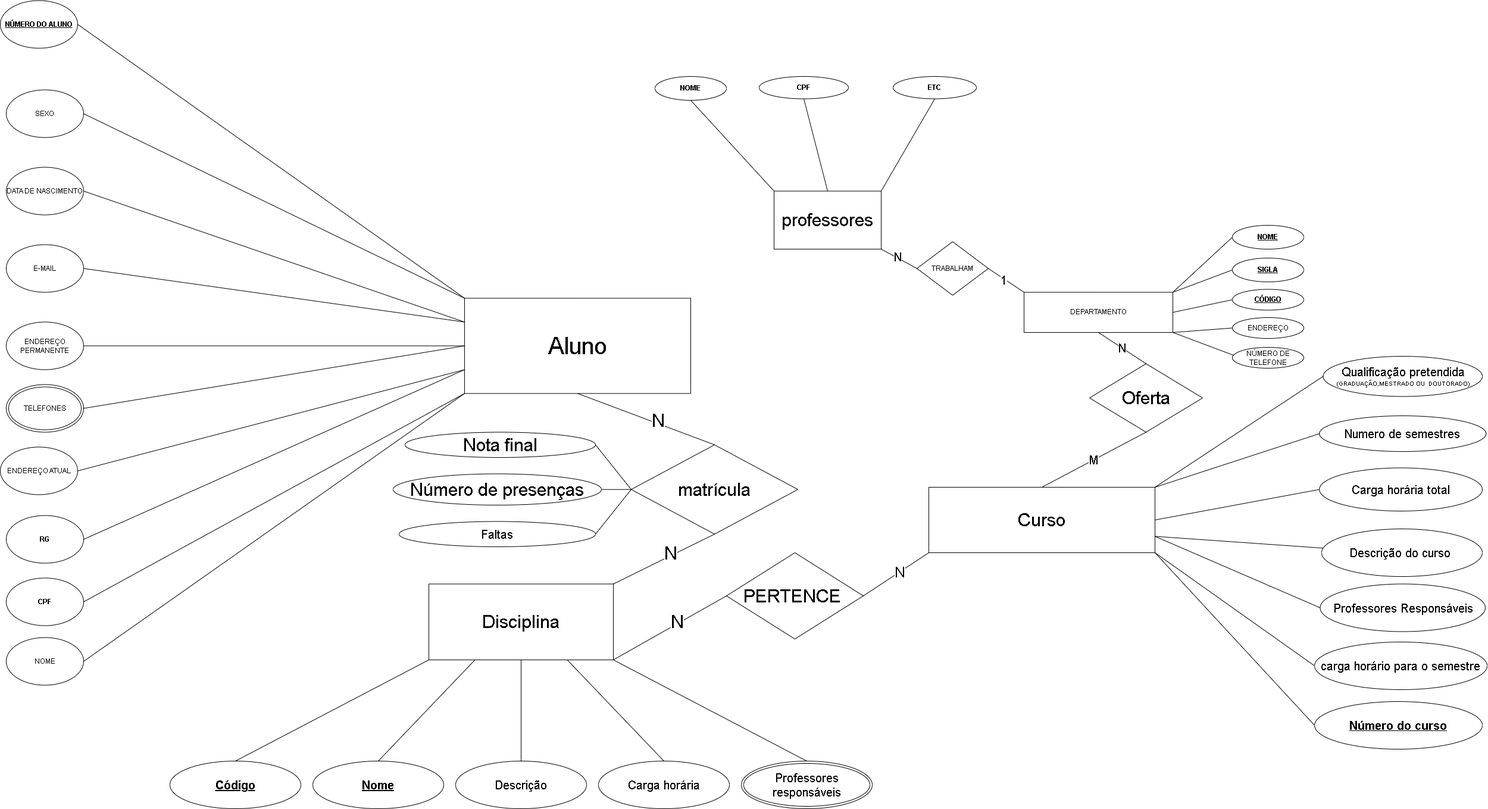
danielfarkat/BDGEO keeps this draw.io diagram as tarefas/diagrama_completo.drawio.png. Above is the earlier version. Source tidied: cells renumbered, new cells last; positions are measured from the earlier drawing's top-left corner, leaving out a move shared by most shapes.
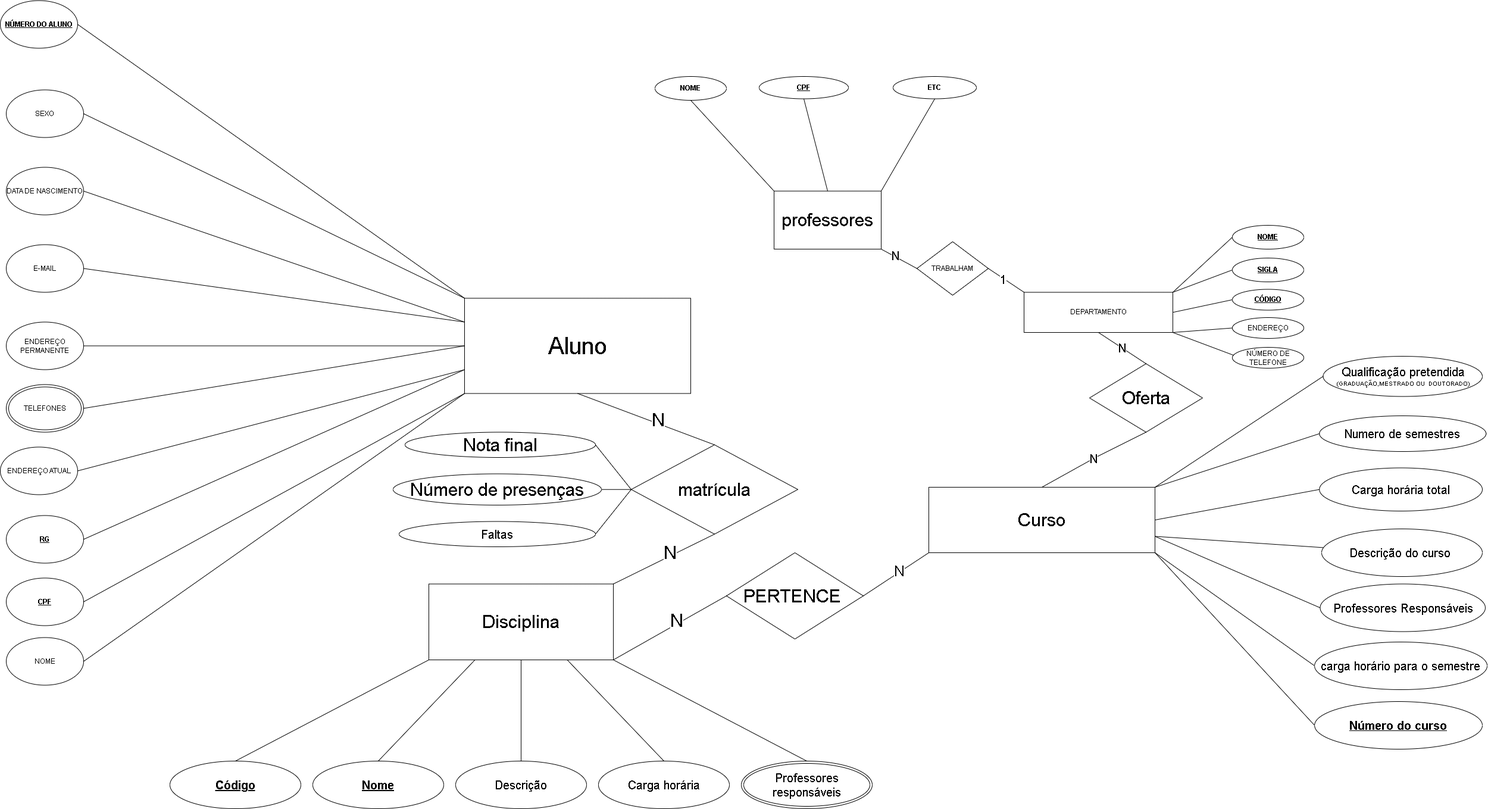
After the commit.

Commit message:
Adição da questão 2

Diff of the diagram source:
```diff
@@ -16,7 +16,7 @@
         <mxPoint x="-30" y="-12" as="offset" />
       </mxGeometry>
     </mxCell>
-    <mxCell id="6" value="&lt;b&gt;CPF&lt;/b&gt;" style="ellipse;whiteSpace=wrap;html=1;" parent="1" vertex="1">
+    <mxCell id="6" value="&lt;b&gt;&lt;u&gt;CPF&lt;/u&gt;&lt;/b&gt;" style="ellipse;whiteSpace=wrap;html=1;" parent="1" vertex="1">
       <mxGeometry x="1275" y="128" width="150" height="37.5" as="geometry" />
     </mxCell>
     <mxCell id="7" style="endArrow=none;html=1;exitX=0.5;exitY=0;exitDx=0;exitDy=0;entryX=0.5;entryY=1;entryDx=0;entryDy=0;" parent="1" edge="1" source="3" target="6">
@@ -78,7 +78,7 @@
     <mxCell id="25" value="NOME" style="ellipse;whiteSpace=wrap;html=1;" parent="1" vertex="1">
       <mxGeometry x="10" y="1070.5" width="130" height="80" as="geometry" />
     </mxCell>
-    <mxCell id="26" value="&lt;b&gt;CPF&lt;/b&gt;" style="ellipse;whiteSpace=wrap;html=1;" parent="1" vertex="1">
+    <mxCell id="26" value="&lt;b&gt;&lt;u&gt;CPF&lt;/u&gt;&lt;/b&gt;" style="ellipse;whiteSpace=wrap;html=1;" parent="1" vertex="1">
       <mxGeometry x="10" y="970.5" width="130" height="80" as="geometry" />
     </mxCell>
     <mxCell id="27" value="ENDEREÇO ATUAL" style="ellipse;whiteSpace=wrap;html=1;" parent="1" vertex="1">
@@ -96,7 +96,7 @@
     <mxCell id="31" value="SEXO" style="ellipse;whiteSpace=wrap;html=1;" parent="1" vertex="1">
       <mxGeometry x="10" y="150.5" width="130" height="80" as="geometry" />
     </mxCell>
-    <mxCell id="32" value="&lt;b&gt;RG&lt;/b&gt;" style="ellipse;whiteSpace=wrap;html=1;" parent="1" vertex="1">
+    <mxCell id="32" value="&lt;b&gt;&lt;u&gt;RG&lt;/u&gt;&lt;/b&gt;" style="ellipse;whiteSpace=wrap;html=1;" parent="1" vertex="1">
       <mxGeometry x="10" y="865.5" width="130" height="80" as="geometry" />
     </mxCell>
     <mxCell id="33" value="DATA DE NASCIMENTO" style="ellipse;whiteSpace=wrap;html=1;" parent="1" vertex="1">
@@ -180,8 +180,12 @@
     <mxCell id="59" value="&lt;font style=&quot;font-size: 20px;&quot;&gt;Professores Responsáveis&lt;/font&gt;" style="ellipse;whiteSpace=wrap;html=1;" parent="1" vertex="1">
       <mxGeometry x="2217.5" y="980.5" width="277.5" height="80" as="geometry" />
     </mxCell>
-    <mxCell id="60" value="&lt;font style=&quot;font-size: 20px;&quot;&gt;M&lt;/font&gt;" style="endArrow=none;html=1;rounded=0;shadow=0;sketch=0;strokeColor=default;fontSize=7;entryX=0.5;entryY=0;entryDx=0;entryDy=0;exitX=0.5;exitY=1;exitDx=0;exitDy=0;" parent="1" edge="1" source="61" target="75">
-      <mxGeometry relative="1" as="geometry" />
+    <mxCell id="60" value="&lt;span style=&quot;font-size: 20px;&quot;&gt;N&lt;br&gt;&lt;/span&gt;" style="endArrow=none;html=1;rounded=0;shadow=0;sketch=0;strokeColor=default;fontSize=7;entryX=0.5;entryY=0;entryDx=0;entryDy=0;exitX=0.5;exitY=1;exitDx=0;exitDy=0;" parent="1" edge="1" source="61" target="75">
+      <mxGeometry relative="1" as="geometry">
+        <Array as="points">
+          <mxPoint x="1840" y="768" />
+        </Array>
+      </mxGeometry>
     </mxCell>
     <mxCell id="61" value="&lt;span style=&quot;font-size: 30px;&quot;&gt;Oferta&lt;/span&gt;" style="rhombus;whiteSpace=wrap;html=1;" parent="1" vertex="1">
       <mxGeometry x="1830" y="610.5" width="190" height="115" as="geometry" />
```
